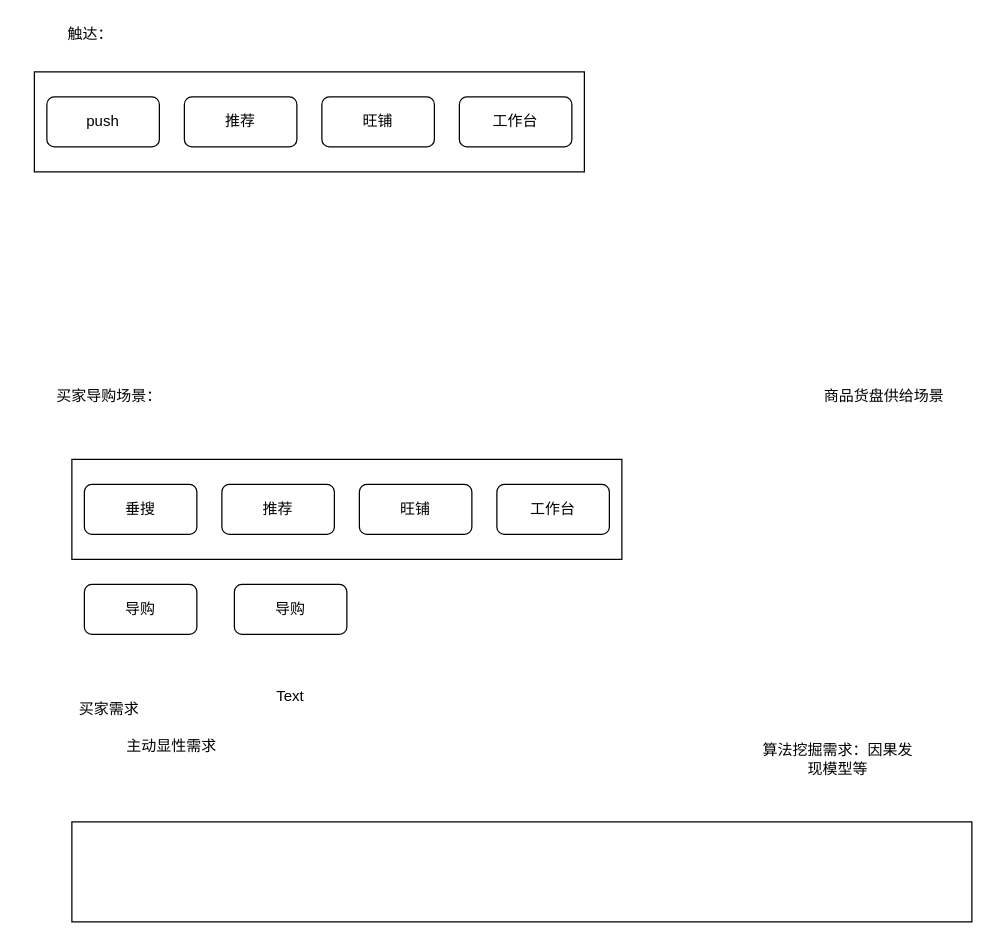
Before: Untitled Diagram.drawio in klevantrain/wxproject, a draw.io diagram. Source tidied: cells renumbered, new cells numbered last; positions are measured from the earlier drawing's top-left corner, leaving out a move shared by most shapes. Both pictures are drawn from the tidied source at 125%, with x=0, y=0 at pixel (21, 21).
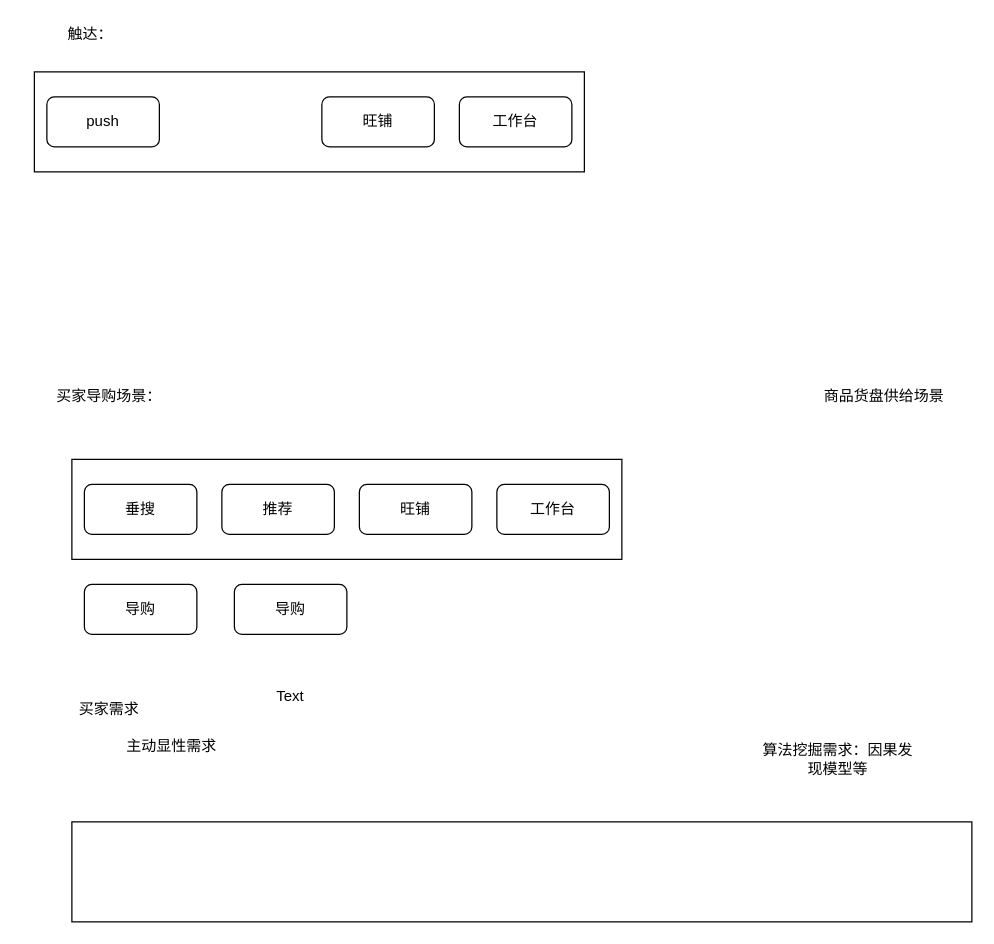
Above is the later version.

Diff of the diagram source:
```diff
@@
-    <mxCell id="19" value="推荐" style="rounded=1;whiteSpace=wrap;html=1;" parent="1" vertex="1">
-      <mxGeometry x="130" y="60" width="90" height="40" as="geometry" />
-    </mxCell>
```
